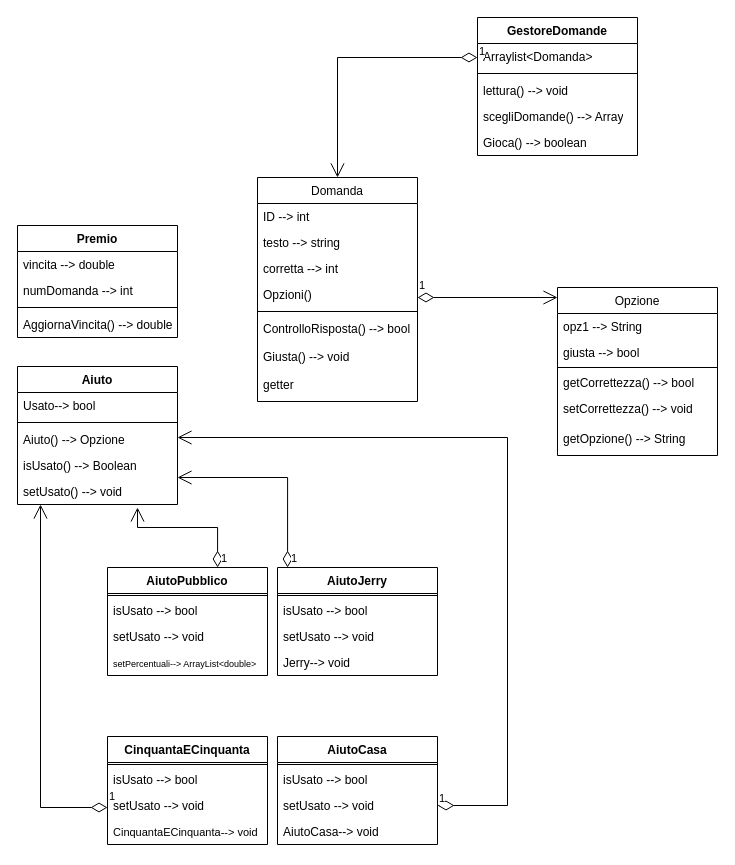
Earlier version of the draw.io diagram Diagramma delle classi.drawio (FilloCaprari/Progetto-Info). Source tidied: cells renumbered, new cells numbered last; positions are measured from the earlier drawing's top-left corner, leaving out a move shared by most shapes. Both pictures are drawn from the tidied source at 100%, with x=0, y=0 at pixel (17, 17).
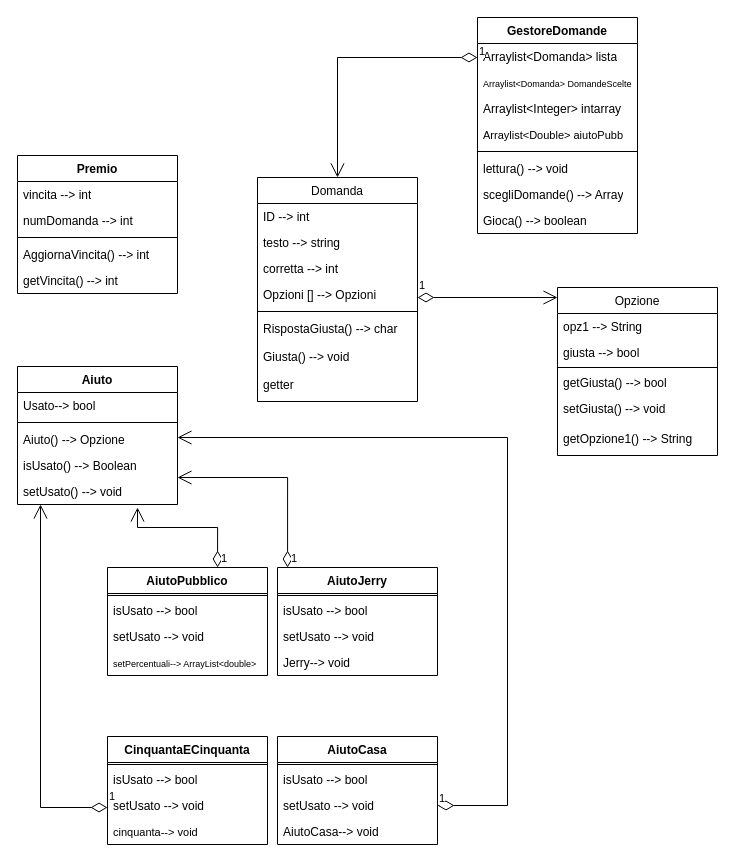
After the change.

Commit message:
UPD Diagramma delle Classi

The change refers to these unchanged cells:
```xml
<mxCell id="2" value="Domanda" style="swimlane;fontStyle=0;align=center;verticalAlign=top;horizontal=1;startSize=26;rounded=0;shadow=0;strokeWidth=1;" parent="1" vertex="1">
  <mxGeometry x="240" y="160" width="160" height="224" as="geometry" />
</mxCell>
<mxCell id="11" value="Opzione" style="swimlane;fontStyle=0;align=center;verticalAlign=top;horizontal=1;startSize=26;rounded=0;shadow=0;strokeWidth=1;" parent="1" vertex="1">
  <mxGeometry x="540" y="270" width="160" height="168" as="geometry" />
</mxCell>
<mxCell id="42" value="CinquantaECinquanta" style="swimlane;fontStyle=1;align=center;verticalAlign=top;horizontal=1;startSize=26;whiteSpace=wrap;html=1;" parent="1" vertex="1">
  <mxGeometry x="90" y="719" width="160" height="108" as="geometry" />
</mxCell>
```

Diff of the diagram source:
```diff
@@
-    <mxCell id="6" value="Opzioni()" style="text;align=left;verticalAlign=top;spacingLeft=4;spacingRight=4;overflow=hidden;rounded=0;shadow=0;html=0;" parent="2" vertex="1">
+    <mxCell id="6" value="Opzioni [] --&gt; Opzioni" style="text;align=left;verticalAlign=top;spacingLeft=4;spacingRight=4;overflow=hidden;rounded=0;shadow=0;html=0;" parent="2" vertex="1">
       <mxGeometry y="104" width="160" height="26" as="geometry" />
     </mxCell>
@@
-    <mxCell id="8" value="ControlloRisposta() --&gt; bool" style="text;align=left;verticalAlign=top;spacingLeft=4;spacingRight=4;overflow=hidden;" parent="2" vertex="1">
+    <mxCell id="8" value="RispostaGiusta() --&gt; char" style="text;align=left;verticalAlign=top;spacingLeft=4;spacingRight=4;overflow=hidden;" parent="2" vertex="1">
       <mxGeometry y="138" width="160" height="28" as="geometry" />
     </mxCell>
@@
-    <mxCell id="15" value="getCorrettezza() --&gt; bool" style="text;align=left;verticalAlign=top;spacingLeft=4;spacingRight=4;overflow=hidden;" parent="11" vertex="1">
+    <mxCell id="15" value="getGiusta() --&gt; bool" style="text;align=left;verticalAlign=top;spacingLeft=4;spacingRight=4;overflow=hidden;" parent="11" vertex="1">
       <mxGeometry y="82" width="160" height="26" as="geometry" />
     </mxCell>
-    <mxCell id="16" value="setCorrettezza() --&gt; void" style="text;align=left;verticalAlign=top;spacingLeft=4;spacingRight=4;overflow=hidden;" parent="11" vertex="1">
+    <mxCell id="16" value="setGiusta() --&gt; void" style="text;align=left;verticalAlign=top;spacingLeft=4;spacingRight=4;overflow=hidden;" parent="11" vertex="1">
       <mxGeometry y="108" width="160" height="30" as="geometry" />
     </mxCell>
-    <mxCell id="17" value="getOpzione() --&gt; String" style="text;align=left;verticalAlign=top;spacingLeft=4;spacingRight=4;overflow=hidden;" parent="11" vertex="1">
+    <mxCell id="17" value="getOpzione1() --&gt; String" style="text;align=left;verticalAlign=top;spacingLeft=4;spacingRight=4;overflow=hidden;" parent="11" vertex="1">
       <mxGeometry y="138" width="160" height="30" as="geometry" />
     </mxCell>
@@
     <mxCell id="19" value="Premio" style="swimlane;fontStyle=1;align=center;verticalAlign=top;horizontal=1;startSize=26;whiteSpace=wrap;html=1;" parent="1" vertex="1">
-      <mxGeometry y="208" width="160" height="112" as="geometry" />
+      <mxGeometry y="138" width="160" height="138" as="geometry" />
     </mxCell>
-    <mxCell id="20" value="vincita --&amp;gt; double&lt;br&gt;" style="text;strokeColor=none;fillColor=none;align=left;verticalAlign=top;spacingLeft=4;spacingRight=4;overflow=hidden;whiteSpace=wrap;html=1;" parent="19" vertex="1">
+    <mxCell id="20" value="vincita --&amp;gt; int" style="text;strokeColor=none;fillColor=none;align=left;verticalAlign=top;spacingLeft=4;spacingRight=4;overflow=hidden;whiteSpace=wrap;html=1;" parent="19" vertex="1">
       <mxGeometry y="26" width="160" height="26" as="geometry" />
     </mxCell>
@@
-    <mxCell id="23" value="AggiornaVincita() --&amp;gt; double" style="text;strokeColor=none;fillColor=none;align=left;verticalAlign=top;spacingLeft=4;spacingRight=4;overflow=hidden;whiteSpace=wrap;html=1;" parent="19" vertex="1">
+    <mxCell id="23" value="AggiornaVincita() --&amp;gt; int" style="text;strokeColor=none;fillColor=none;align=left;verticalAlign=top;spacingLeft=4;spacingRight=4;overflow=hidden;whiteSpace=wrap;html=1;" parent="19" vertex="1">
       <mxGeometry y="86" width="160" height="26" as="geometry" />
     </mxCell>
+    <mxCell id="61" value="getVincita() --&amp;gt; int" style="text;strokeColor=none;fillColor=none;align=left;verticalAlign=top;spacingLeft=4;spacingRight=4;overflow=hidden;whiteSpace=wrap;html=1;" parent="19" vertex="1">
+      <mxGeometry y="112" width="160" height="26" as="geometry" />
+    </mxCell>
@@
     <mxCell id="30" value="GestoreDomande" style="swimlane;fontStyle=1;align=center;verticalAlign=top;horizontal=1;startSize=26;whiteSpace=wrap;html=1;" parent="1" vertex="1">
-      <mxGeometry x="460" width="160" height="138" as="geometry" />
+      <mxGeometry x="460" width="160" height="216" as="geometry" />
     </mxCell>
-    <mxCell id="31" value="Arraylist&amp;lt;Domanda&amp;gt;" style="text;strokeColor=none;fillColor=none;align=left;verticalAlign=top;spacingLeft=4;spacingRight=4;overflow=hidden;whiteSpace=wrap;html=1;" parent="30" vertex="1">
+    <mxCell id="31" value="Arraylist&amp;lt;Domanda&amp;gt; lista" style="text;strokeColor=none;fillColor=none;align=left;verticalAlign=top;spacingLeft=4;spacingRight=4;overflow=hidden;whiteSpace=wrap;html=1;" parent="30" vertex="1">
       <mxGeometry y="26" width="160" height="26" as="geometry" />
     </mxCell>
+    <mxCell id="62" value="&lt;font style=&quot;font-size: 9px;&quot;&gt;Arraylist&amp;lt;Domanda&amp;gt; DomandeScelte&lt;/font&gt;" style="text;strokeColor=none;fillColor=none;align=left;verticalAlign=top;spacingLeft=4;spacingRight=4;overflow=hidden;whiteSpace=wrap;html=1;" parent="30" vertex="1">
+      <mxGeometry y="52" width="160" height="26" as="geometry" />
+    </mxCell>
+    <mxCell id="63" value="Arraylist&amp;lt;Integer&amp;gt; intarray" style="text;strokeColor=none;fillColor=none;align=left;verticalAlign=top;spacingLeft=4;spacingRight=4;overflow=hidden;whiteSpace=wrap;html=1;" parent="30" vertex="1">
+      <mxGeometry y="78" width="160" height="26" as="geometry" />
+    </mxCell>
+    <mxCell id="64" value="&lt;font style=&quot;font-size: 11px;&quot;&gt;Arraylist&amp;lt;Double&amp;gt; aiutoPubb&lt;/font&gt;" style="text;strokeColor=none;fillColor=none;align=left;verticalAlign=top;spacingLeft=4;spacingRight=4;overflow=hidden;whiteSpace=wrap;html=1;" parent="30" vertex="1">
+      <mxGeometry y="104" width="160" height="26" as="geometry" />
+    </mxCell>
     <mxCell id="32" style="line;strokeWidth=1;fillColor=none;align=left;verticalAlign=middle;spacingTop=-1;spacingLeft=3;spacingRight=3;labelPosition=right;strokeColor=inherit;" parent="30" vertex="1">
-      <mxGeometry y="52" width="160" height="8" as="geometry" />
+      <mxGeometry y="130" width="160" height="8" as="geometry" />
     </mxCell>
     <mxCell id="33" value="lettura() --&amp;gt; void" style="text;strokeColor=none;fillColor=none;align=left;verticalAlign=top;spacingLeft=4;spacingRight=4;overflow=hidden;whiteSpace=wrap;html=1;" parent="30" vertex="1">
-      <mxGeometry y="60" width="160" height="26" as="geometry" />
+      <mxGeometry y="138" width="160" height="26" as="geometry" />
     </mxCell>
     <mxCell id="34" value="scegliDomande() --&amp;gt; Array" style="text;strokeColor=none;fillColor=none;align=left;verticalAlign=top;spacingLeft=4;spacingRight=4;overflow=hidden;whiteSpace=wrap;html=1;" parent="30" vertex="1">
-      <mxGeometry y="86" width="160" height="26" as="geometry" />
+      <mxGeometry y="164" width="160" height="26" as="geometry" />
     </mxCell>
     <mxCell id="35" value="Gioca() --&amp;gt; boolean" style="text;strokeColor=none;fillColor=none;align=left;verticalAlign=top;spacingLeft=4;spacingRight=4;overflow=hidden;whiteSpace=wrap;html=1;" parent="30" vertex="1">
-      <mxGeometry y="112" width="160" height="26" as="geometry" />
+      <mxGeometry y="190" width="160" height="26" as="geometry" />
     </mxCell>
@@
-    <mxCell id="46" value="&lt;font style=&quot;font-size: 11px;&quot;&gt;CinquantaECinquanta--&amp;gt; void&lt;/font&gt;" style="text;strokeColor=none;fillColor=none;align=left;verticalAlign=top;spacingLeft=4;spacingRight=4;overflow=hidden;whiteSpace=wrap;html=1;" parent="42" vertex="1">
+    <mxCell id="46" value="&lt;font style=&quot;font-size: 11px;&quot;&gt;cinquanta--&amp;gt; void&lt;/font&gt;" style="text;strokeColor=none;fillColor=none;align=left;verticalAlign=top;spacingLeft=4;spacingRight=4;overflow=hidden;whiteSpace=wrap;html=1;" parent="42" vertex="1">
       <mxGeometry y="82" width="160" height="26" as="geometry" />
     </mxCell>
```
